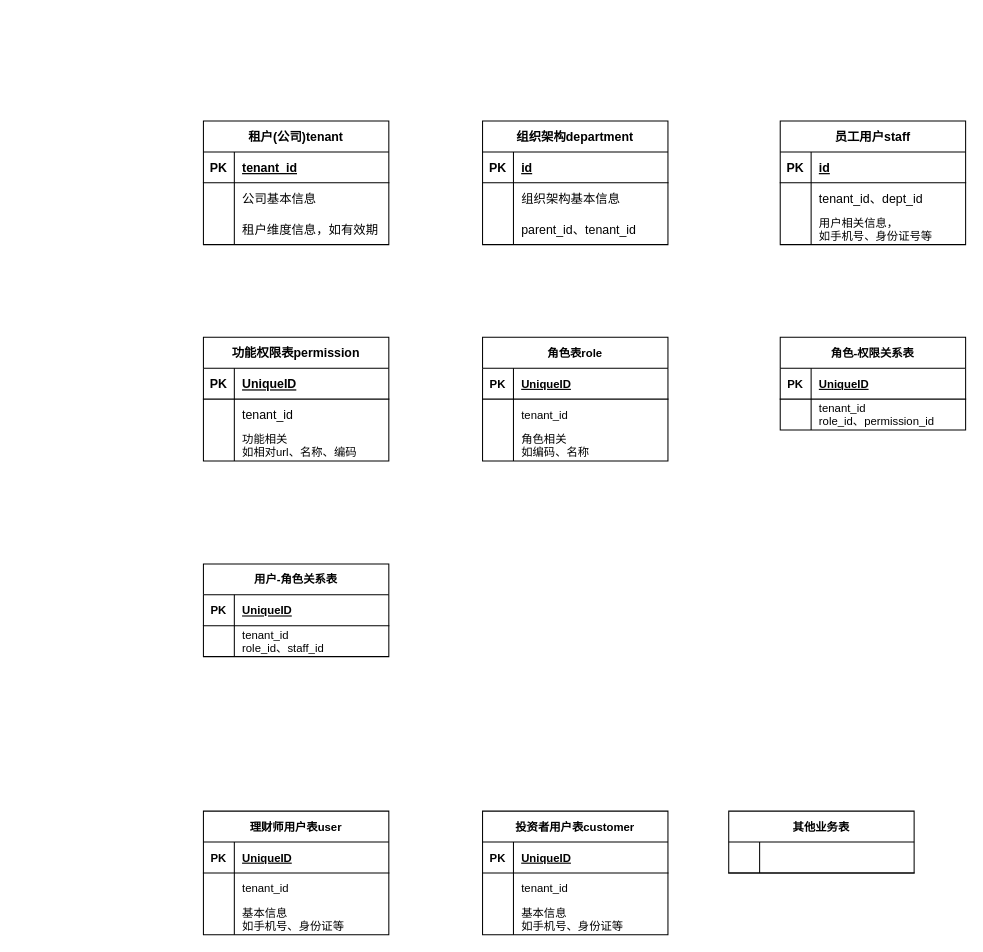
Before: saas数据模型.drawio in chlInGithub/diagrams, a draw.io diagram. Source tidied: cells renumbered, new cells numbered last; positions are measured from the earlier drawing's top-left corner, leaving out a move shared by most shapes. Both pictures are drawn from the tidied source at 103%, with x=0, y=0 at pixel (203, 121).
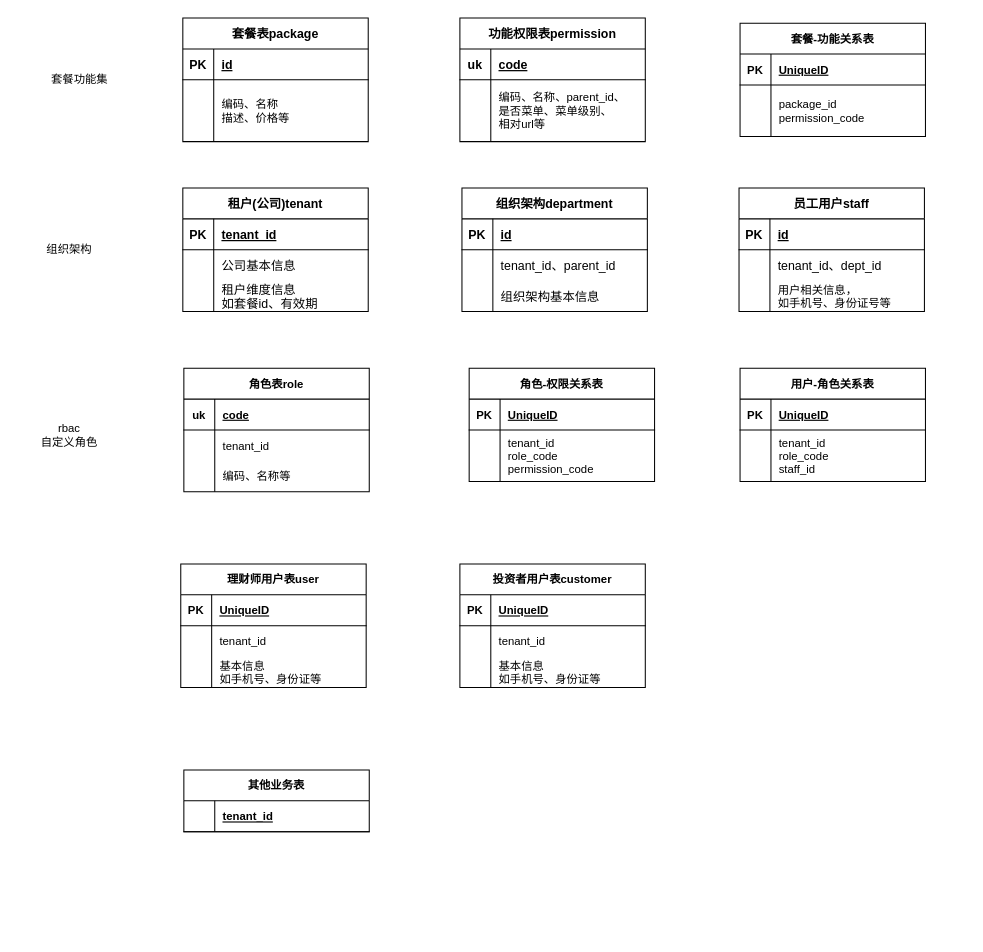
After the change.

Commit message:
更新saas数据模型.drawio

The change refers to these unchanged cells:
```xml
<mxCell id="9" style="shape=tableRow;horizontal=0;startSize=0;swimlaneHead=0;swimlaneBody=0;fillColor=none;top=0;left=0;right=0;bottom=0;" parent="2" vertex="1">
  <mxGeometry y="90" width="180" height="30" as="geometry" />
</mxCell>
<mxCell id="16" style="shape=tableRow;horizontal=0;startSize=0;swimlaneHead=0;swimlaneBody=0;fillColor=none;top=0;left=0;right=0;bottom=0;" parent="12" vertex="1">
  <mxGeometry y="60" width="180" height="30" as="geometry" />
</mxCell>
<mxCell id="19" style="shape=tableRow;horizontal=0;startSize=0;swimlaneHead=0;swimlaneBody=0;fillColor=none;top=0;left=0;right=0;bottom=0;" parent="12" vertex="1">
  <mxGeometry y="90" width="180" height="30" as="geometry" />
</mxCell>
<mxCell id="33" style="shape=tableRow;horizontal=0;startSize=0;swimlaneHead=0;swimlaneBody=0;fillColor=none;top=0;left=0;right=0;bottom=1;" parent="32" vertex="1">
  <mxGeometry y="30" width="180" height="30" as="geometry" />
</mxCell>
<mxCell id="43" style="shape=tableRow;horizontal=0;startSize=0;swimlaneHead=0;swimlaneBody=0;fillColor=none;top=0;left=0;right=0;bottom=1;fontSize=11;" parent="42" vertex="1">
  <mxGeometry y="30" width="180" height="30" as="geometry" />
</mxCell>
<mxCell id="49" style="shape=tableRow;horizontal=0;startSize=0;swimlaneHead=0;swimlaneBody=0;fillColor=none;top=0;left=0;right=0;bottom=0;fontSize=11;" parent="42" vertex="1">
  <mxGeometry y="90" width="180" height="30" as="geometry" />
</mxCell>
<mxCell id="77" style="shape=tableRow;horizontal=0;startSize=0;swimlaneHead=0;swimlaneBody=0;fillColor=none;top=0;left=0;right=0;bottom=1;fontSize=11;" parent="76" vertex="1">
  <mxGeometry y="30" width="180" height="30" as="geometry" />
</mxCell>
```

Diff of the diagram source:
```diff
@@
     <mxCell id="2" value="租户(公司)tenant" style="shape=table;startSize=30;childLayout=tableLayout;rowLines=0;fontStyle=1;align=center;" parent="1" vertex="1">
-      <mxGeometry width="180" height="120" as="geometry" />
+      <mxGeometry x="-20" y="65" width="180" height="120" as="geometry" />
     </mxCell>
@@
-    <mxCell id="11" value="租户维度信息，如有效期" style="shape=partialRectangle;fillColor=none;top=0;left=0;bottom=0;right=0;align=left;spacingLeft=6;overflow=hidden;" parent="9" vertex="1">
+    <mxCell id="11" value="租户维度信息&#10;如套餐id、有效期" style="shape=partialRectangle;fillColor=none;top=0;left=0;bottom=0;right=0;align=left;spacingLeft=6;overflow=hidden;" parent="9" vertex="1">
       <mxGeometry x="30" width="150" height="30" as="geometry" />
     </mxCell>
     <mxCell id="12" value="组织架构department" style="shape=table;startSize=30;childLayout=tableLayout;rowLines=0;fontStyle=1;align=center;" parent="1" vertex="1">
-      <mxGeometry x="271" width="180" height="120" as="geometry" />
+      <mxGeometry x="251" y="65" width="180" height="120" as="geometry" />
     </mxCell>
@@
-    <mxCell id="18" value="组织架构基本信息" style="shape=partialRectangle;fillColor=none;top=0;left=0;bottom=0;right=0;align=left;spacingLeft=6;overflow=hidden;" parent="16" vertex="1">
+    <mxCell id="18" value="tenant_id、parent_id" style="shape=partialRectangle;fillColor=none;top=0;left=0;bottom=0;right=0;align=left;spacingLeft=6;overflow=hidden;" parent="16" vertex="1">
       <mxGeometry x="30" width="150" height="30" as="geometry" />
     </mxCell>
@@
-    <mxCell id="21" value="parent_id、tenant_id" style="shape=partialRectangle;fillColor=none;top=0;left=0;bottom=0;right=0;align=left;spacingLeft=6;overflow=hidden;" parent="19" vertex="1">
+    <mxCell id="21" value="组织架构基本信息" style="shape=partialRectangle;fillColor=none;top=0;left=0;bottom=0;right=0;align=left;spacingLeft=6;overflow=hidden;" parent="19" vertex="1">
       <mxGeometry x="30" width="150" height="30" as="geometry" />
     </mxCell>
     <mxCell id="22" value="员工用户staff" style="shape=table;startSize=30;childLayout=tableLayout;rowLines=0;fontStyle=1;align=center;" parent="1" vertex="1">
-      <mxGeometry x="560" width="180" height="120" as="geometry" />
+      <mxGeometry x="520" y="65" width="180" height="120" as="geometry" />
     </mxCell>
@@
     <mxCell id="32" value="功能权限表permission" style="shape=table;startSize=30;childLayout=tableLayout;rowLines=0;fontStyle=1;align=center;" parent="1" vertex="1">
-      <mxGeometry y="210" width="180" height="120" as="geometry" />
+      <mxGeometry x="249" y="-100" width="180" height="120" as="geometry" />
     </mxCell>
@@
-    <mxCell id="34" value="PK" style="shape=partialRectangle;fillColor=none;top=0;left=0;bottom=0;right=0;fontStyle=1;overflow=hidden;" parent="33" vertex="1">
+    <mxCell id="34" value="uk" style="shape=partialRectangle;fillColor=none;top=0;left=0;bottom=0;right=0;fontStyle=1;overflow=hidden;" parent="33" vertex="1">
       <mxGeometry width="30" height="30" as="geometry" />
     </mxCell>
-    <mxCell id="35" value="UniqueID" style="shape=partialRectangle;fillColor=none;top=0;left=0;bottom=0;right=0;align=left;spacingLeft=6;fontStyle=5;overflow=hidden;" parent="33" vertex="1">
+    <mxCell id="35" value="code" style="shape=partialRectangle;fillColor=none;top=0;left=0;bottom=0;right=0;align=left;spacingLeft=6;fontStyle=5;overflow=hidden;" parent="33" vertex="1">
       <mxGeometry x="30" width="150" height="30" as="geometry" />
     </mxCell>
-    <mxCell id="36" style="shape=tableRow;horizontal=0;startSize=0;swimlaneHead=0;swimlaneBody=0;fillColor=none;top=0;left=0;right=0;bottom=0;" parent="32" vertex="1">
-      <mxGeometry y="60" width="180" height="30" as="geometry" />
-    </mxCell>
-    <mxCell id="37" style="shape=partialRectangle;fillColor=none;top=0;left=0;bottom=0;right=0;overflow=hidden;" parent="36" vertex="1">
-      <mxGeometry width="30" height="30" as="geometry" />
-    </mxCell>
-    <mxCell id="38" value="tenant_id" style="shape=partialRectangle;fillColor=none;top=0;left=0;bottom=0;right=0;align=left;spacingLeft=6;overflow=hidden;" parent="36" vertex="1">
-      <mxGeometry x="30" width="150" height="30" as="geometry" />
-    </mxCell>
     <mxCell id="39" style="shape=tableRow;horizontal=0;startSize=0;swimlaneHead=0;swimlaneBody=0;fillColor=none;top=0;left=0;right=0;bottom=0;" parent="32" vertex="1">
-      <mxGeometry y="90" width="180" height="30" as="geometry" />
+      <mxGeometry y="60" width="180" height="60" as="geometry" />
     </mxCell>
     <mxCell id="40" style="shape=partialRectangle;fillColor=none;top=0;left=0;bottom=0;right=0;overflow=hidden;" parent="39" vertex="1">
-      <mxGeometry width="30" height="30" as="geometry" />
+      <mxGeometry width="30" height="60" as="geometry" />
     </mxCell>
-    <mxCell id="41" value="功能相关&#10;如相对url、名称、编码" style="shape=partialRectangle;fillColor=none;top=0;left=0;bottom=0;right=0;align=left;spacingLeft=6;overflow=hidden;fontSize=11;" parent="39" vertex="1">
-      <mxGeometry x="30" width="150" height="30" as="geometry" />
+    <mxCell id="41" value="编码、名称、parent_id、&#10;是否菜单、菜单级别、&#10;相对url等" style="shape=partialRectangle;fillColor=none;top=0;left=0;bottom=0;right=0;align=left;spacingLeft=6;overflow=hidden;fontSize=11;" parent="39" vertex="1">
+      <mxGeometry x="30" width="150" height="60" as="geometry" />
     </mxCell>
     <mxCell id="42" value="角色表role" style="shape=table;startSize=30;childLayout=tableLayout;rowLines=0;fontStyle=1;align=center;fontSize=11;" parent="1" vertex="1">
-      <mxGeometry x="271" y="210" width="180" height="120" as="geometry" />
+      <mxGeometry x="-19" y="240" width="180" height="120" as="geometry" />
     </mxCell>
@@
-    <mxCell id="44" value="PK" style="shape=partialRectangle;fillColor=none;top=0;left=0;bottom=0;right=0;fontStyle=1;overflow=hidden;fontSize=11;" parent="43" vertex="1">
+    <mxCell id="44" value="uk" style="shape=partialRectangle;fillColor=none;top=0;left=0;bottom=0;right=0;fontStyle=1;overflow=hidden;fontSize=11;" parent="43" vertex="1">
       <mxGeometry width="30" height="30" as="geometry" />
     </mxCell>
-    <mxCell id="45" value="UniqueID" style="shape=partialRectangle;fillColor=none;top=0;left=0;bottom=0;right=0;align=left;spacingLeft=6;fontStyle=5;overflow=hidden;fontSize=11;" parent="43" vertex="1">
+    <mxCell id="45" value="code" style="shape=partialRectangle;fillColor=none;top=0;left=0;bottom=0;right=0;align=left;spacingLeft=6;fontStyle=5;overflow=hidden;fontSize=11;" parent="43" vertex="1">
       <mxGeometry x="30" width="150" height="30" as="geometry" />
     </mxCell>
@@
-    <mxCell id="51" value="角色相关&#10;如编码、名称" style="shape=partialRectangle;fillColor=none;top=0;left=0;bottom=0;right=0;align=left;spacingLeft=6;overflow=hidden;fontSize=11;" parent="49" vertex="1">
+    <mxCell id="51" value="编码、名称等" style="shape=partialRectangle;fillColor=none;top=0;left=0;bottom=0;right=0;align=left;spacingLeft=6;overflow=hidden;fontSize=11;" parent="49" vertex="1">
       <mxGeometry x="30" width="150" height="30" as="geometry" />
     </mxCell>
     <mxCell id="52" value="角色-权限关系表" style="shape=table;startSize=30;childLayout=tableLayout;rowLines=0;fontStyle=1;align=center;fontSize=11;" parent="1" vertex="1">
-      <mxGeometry x="560" y="210" width="180" height="90" as="geometry" />
+      <mxGeometry x="258" y="240" width="180" height="110" as="geometry" />
     </mxCell>
@@
     <mxCell id="56" style="shape=tableRow;horizontal=0;startSize=0;swimlaneHead=0;swimlaneBody=0;fillColor=none;top=0;left=0;right=0;bottom=0;fontSize=11;" parent="52" vertex="1">
-      <mxGeometry y="60" width="180" height="30" as="geometry" />
+      <mxGeometry y="60" width="180" height="50" as="geometry" />
     </mxCell>
     <mxCell id="57" style="shape=partialRectangle;fillColor=none;top=0;left=0;bottom=0;right=0;overflow=hidden;fontSize=11;" parent="56" vertex="1">
-      <mxGeometry width="30" height="30" as="geometry" />
+      <mxGeometry width="30" height="50" as="geometry" />
     </mxCell>
-    <mxCell id="58" value="tenant_id&#10;role_id、permission_id" style="shape=partialRectangle;fillColor=none;top=0;left=0;bottom=0;right=0;align=left;spacingLeft=6;overflow=hidden;fontSize=11;" parent="56" vertex="1">
-      <mxGeometry x="30" width="150" height="30" as="geometry" />
+    <mxCell id="58" value="tenant_id&#10;role_code&#10;permission_code" style="shape=partialRectangle;fillColor=none;top=0;left=0;bottom=0;right=0;align=left;spacingLeft=6;overflow=hidden;fontSize=11;" parent="56" vertex="1">
+      <mxGeometry x="30" width="150" height="50" as="geometry" />
     </mxCell>
     <mxCell id="59" value="用户-角色关系表" style="shape=table;startSize=30;childLayout=tableLayout;rowLines=0;fontStyle=1;align=center;fontSize=11;" parent="1" vertex="1">
-      <mxGeometry y="430" width="180" height="90" as="geometry" />
+      <mxGeometry x="521" y="240" width="180" height="110" as="geometry" />
     </mxCell>
@@
     <mxCell id="63" style="shape=tableRow;horizontal=0;startSize=0;swimlaneHead=0;swimlaneBody=0;fillColor=none;top=0;left=0;right=0;bottom=0;fontSize=11;" parent="59" vertex="1">
-      <mxGeometry y="60" width="180" height="30" as="geometry" />
+      <mxGeometry y="60" width="180" height="50" as="geometry" />
     </mxCell>
     <mxCell id="64" style="shape=partialRectangle;fillColor=none;top=0;left=0;bottom=0;right=0;overflow=hidden;fontSize=11;" parent="63" vertex="1">
-      <mxGeometry width="30" height="30" as="geometry" />
+      <mxGeometry width="30" height="50" as="geometry" />
     </mxCell>
-    <mxCell id="65" value="tenant_id&#10;role_id、staff_id" style="shape=partialRectangle;fillColor=none;top=0;left=0;bottom=0;right=0;align=left;spacingLeft=6;overflow=hidden;fontSize=11;" parent="63" vertex="1">
-      <mxGeometry x="30" width="150" height="30" as="geometry" />
+    <mxCell id="65" value="tenant_id&#10;role_code&#10;staff_id" style="shape=partialRectangle;fillColor=none;top=0;left=0;bottom=0;right=0;align=left;spacingLeft=6;overflow=hidden;fontSize=11;" parent="63" vertex="1">
+      <mxGeometry x="30" width="150" height="50" as="geometry" />
     </mxCell>
     <mxCell id="66" value="理财师用户表user" style="shape=table;startSize=30;childLayout=tableLayout;rowLines=0;fontStyle=1;align=center;fontSize=11;" parent="1" vertex="1">
-      <mxGeometry y="670" width="180" height="120" as="geometry" />
+      <mxGeometry x="-22" y="430" width="180" height="120" as="geometry" />
     </mxCell>
@@
     <mxCell id="76" value="其他业务表" style="shape=table;startSize=30;childLayout=tableLayout;rowLines=0;fontStyle=1;align=center;fontSize=11;" parent="1" vertex="1">
-      <mxGeometry x="510" y="670" width="180" height="60" as="geometry" />
+      <mxGeometry x="-19" y="630" width="180" height="60" as="geometry" />
     </mxCell>
@@
-    <mxCell id="79" style="shape=partialRectangle;fillColor=none;top=0;left=0;bottom=0;right=0;align=left;spacingLeft=6;fontStyle=5;overflow=hidden;fontSize=11;" parent="77" vertex="1">
+    <mxCell id="79" value="tenant_id" style="shape=partialRectangle;fillColor=none;top=0;left=0;bottom=0;right=0;align=left;spacingLeft=6;fontStyle=5;overflow=hidden;fontSize=11;" parent="77" vertex="1">
       <mxGeometry x="30" width="150" height="30" as="geometry" />
     </mxCell>
     <mxCell id="80" value="投资者用户表customer" style="shape=table;startSize=30;childLayout=tableLayout;rowLines=0;fontStyle=1;align=center;fontSize=11;" parent="1" vertex="1">
-      <mxGeometry x="271" y="670" width="180" height="120" as="geometry" />
+      <mxGeometry x="249" y="430" width="180" height="120" as="geometry" />
     </mxCell>
@@
+    <mxCell id="90" value="套餐表package" style="shape=table;startSize=30;childLayout=tableLayout;rowLines=0;fontStyle=1;align=center;" parent="1" vertex="1">
+      <mxGeometry x="-20" y="-100" width="180" height="120" as="geometry" />
+    </mxCell>
+    <mxCell id="91" style="shape=tableRow;horizontal=0;startSize=0;swimlaneHead=0;swimlaneBody=0;fillColor=none;top=0;left=0;right=0;bottom=1;" parent="90" vertex="1">
+      <mxGeometry y="30" width="180" height="30" as="geometry" />
+    </mxCell>
+    <mxCell id="92" value="PK" style="shape=partialRectangle;fillColor=none;top=0;left=0;bottom=0;right=0;fontStyle=1;overflow=hidden;" parent="91" vertex="1">
+      <mxGeometry width="30" height="30" as="geometry" />
+    </mxCell>
+    <mxCell id="93" value="id" style="shape=partialRectangle;fillColor=none;top=0;left=0;bottom=0;right=0;align=left;spacingLeft=6;fontStyle=5;overflow=hidden;" parent="91" vertex="1">
+      <mxGeometry x="30" width="150" height="30" as="geometry" />
+    </mxCell>
+    <mxCell id="94" style="shape=tableRow;horizontal=0;startSize=0;swimlaneHead=0;swimlaneBody=0;fillColor=none;top=0;left=0;right=0;bottom=0;" parent="90" vertex="1">
+      <mxGeometry y="60" width="180" height="60" as="geometry" />
+    </mxCell>
+    <mxCell id="95" style="shape=partialRectangle;fillColor=none;top=0;left=0;bottom=0;right=0;overflow=hidden;" parent="94" vertex="1">
+      <mxGeometry width="30" height="60" as="geometry" />
+    </mxCell>
+    <mxCell id="96" value="编码、名称&#10;描述、价格等" style="shape=partialRectangle;fillColor=none;top=0;left=0;bottom=0;right=0;align=left;spacingLeft=6;overflow=hidden;fontSize=11;" parent="94" vertex="1">
+      <mxGeometry x="30" width="150" height="60" as="geometry" />
+    </mxCell>
+    <mxCell id="97" value="套餐-功能关系表" style="shape=table;startSize=30;childLayout=tableLayout;rowLines=0;fontStyle=1;align=center;fontSize=11;" parent="1" vertex="1">
+      <mxGeometry x="521" y="-95" width="180" height="110" as="geometry" />
+    </mxCell>
+    <mxCell id="98" style="shape=tableRow;horizontal=0;startSize=0;swimlaneHead=0;swimlaneBody=0;fillColor=none;top=0;left=0;right=0;bottom=1;fontSize=11;" parent="97" vertex="1">
+      <mxGeometry y="30" width="180" height="30" as="geometry" />
+    </mxCell>
+    <mxCell id="99" value="PK" style="shape=partialRectangle;fillColor=none;top=0;left=0;bottom=0;right=0;fontStyle=1;overflow=hidden;fontSize=11;" parent="98" vertex="1">
+      <mxGeometry width="30" height="30" as="geometry" />
+    </mxCell>
+    <mxCell id="100" value="UniqueID" style="shape=partialRectangle;fillColor=none;top=0;left=0;bottom=0;right=0;align=left;spacingLeft=6;fontStyle=5;overflow=hidden;fontSize=11;" parent="98" vertex="1">
+      <mxGeometry x="30" width="150" height="30" as="geometry" />
+    </mxCell>
+    <mxCell id="101" style="shape=tableRow;horizontal=0;startSize=0;swimlaneHead=0;swimlaneBody=0;fillColor=none;top=0;left=0;right=0;bottom=0;fontSize=11;" parent="97" vertex="1">
+      <mxGeometry y="60" width="180" height="50" as="geometry" />
+    </mxCell>
+    <mxCell id="102" style="shape=partialRectangle;fillColor=none;top=0;left=0;bottom=0;right=0;overflow=hidden;fontSize=11;" parent="101" vertex="1">
+      <mxGeometry width="30" height="50" as="geometry" />
+    </mxCell>
+    <mxCell id="103" value="package_id&#10;permission_code" style="shape=partialRectangle;fillColor=none;top=0;left=0;bottom=0;right=0;align=left;spacingLeft=6;overflow=hidden;fontSize=11;" parent="101" vertex="1">
+      <mxGeometry x="30" width="150" height="50" as="geometry" />
+    </mxCell>
+    <mxCell id="104" value="套餐功能集" style="text;html=1;strokeColor=none;fillColor=none;align=center;verticalAlign=middle;whiteSpace=wrap;rounded=0;fontSize=11;" parent="1" vertex="1">
+      <mxGeometry x="-180" y="-55" width="120" height="30" as="geometry" />
+    </mxCell>
+    <mxCell id="105" value="组织架构" style="text;html=1;strokeColor=none;fillColor=none;align=center;verticalAlign=middle;whiteSpace=wrap;rounded=0;fontSize=11;" parent="1" vertex="1">
+      <mxGeometry x="-160" y="110" width="60" height="30" as="geometry" />
+    </mxCell>
+    <mxCell id="106" value="rbac&lt;br&gt;自定义角色" style="text;html=1;strokeColor=none;fillColor=none;align=center;verticalAlign=middle;whiteSpace=wrap;rounded=0;fontSize=11;" parent="1" vertex="1">
+      <mxGeometry x="-170" y="290" width="80" height="30" as="geometry" />
+    </mxCell>
```
